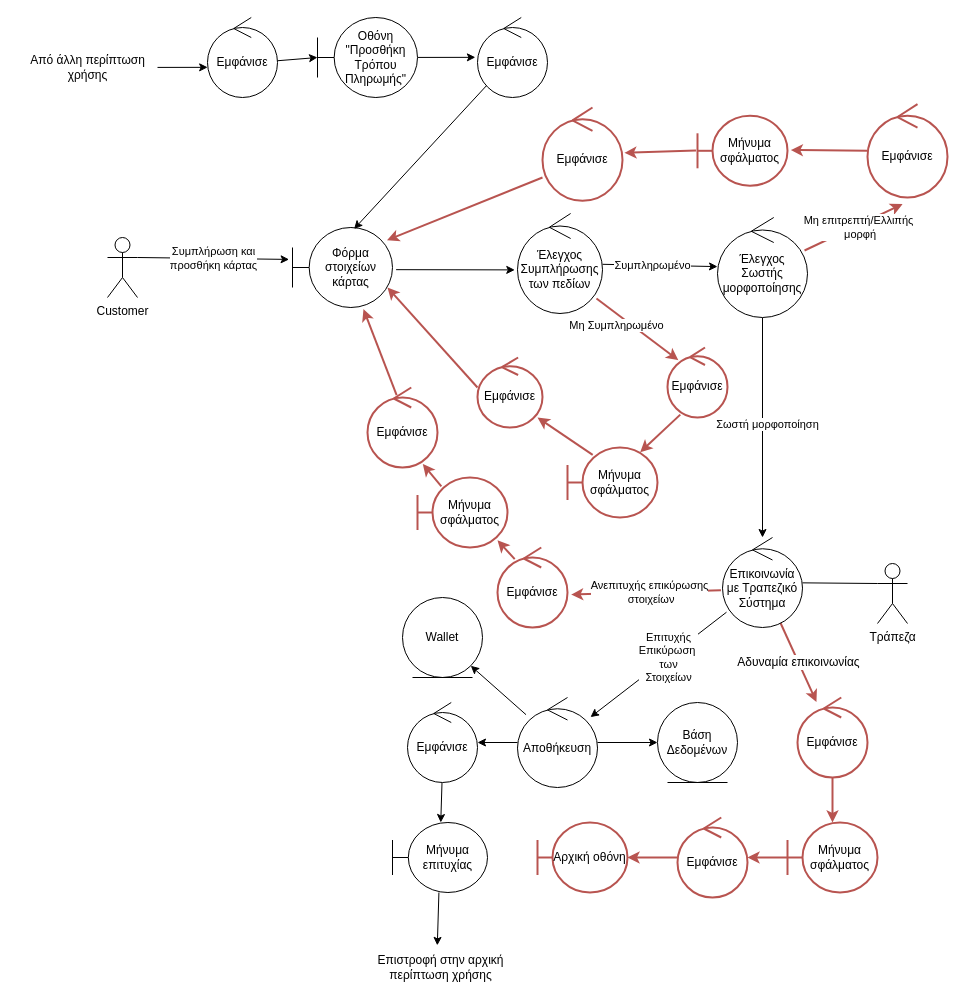
The draw.io diagram Part_4/Robustness/diagrams/old/05_Προσθήκη_Τρόπου_Πληρωμής.drawio in Nikolis2002/texnoligia_logismikou, before the edit. Source tidied: cells renumbered, new cells numbered last; positions are measured from the earlier drawing's top-left corner, leaving out a move shared by most shapes. Both pictures are drawn from the tidied source at 100%, with x=0, y=0 at pixel (17, 17).
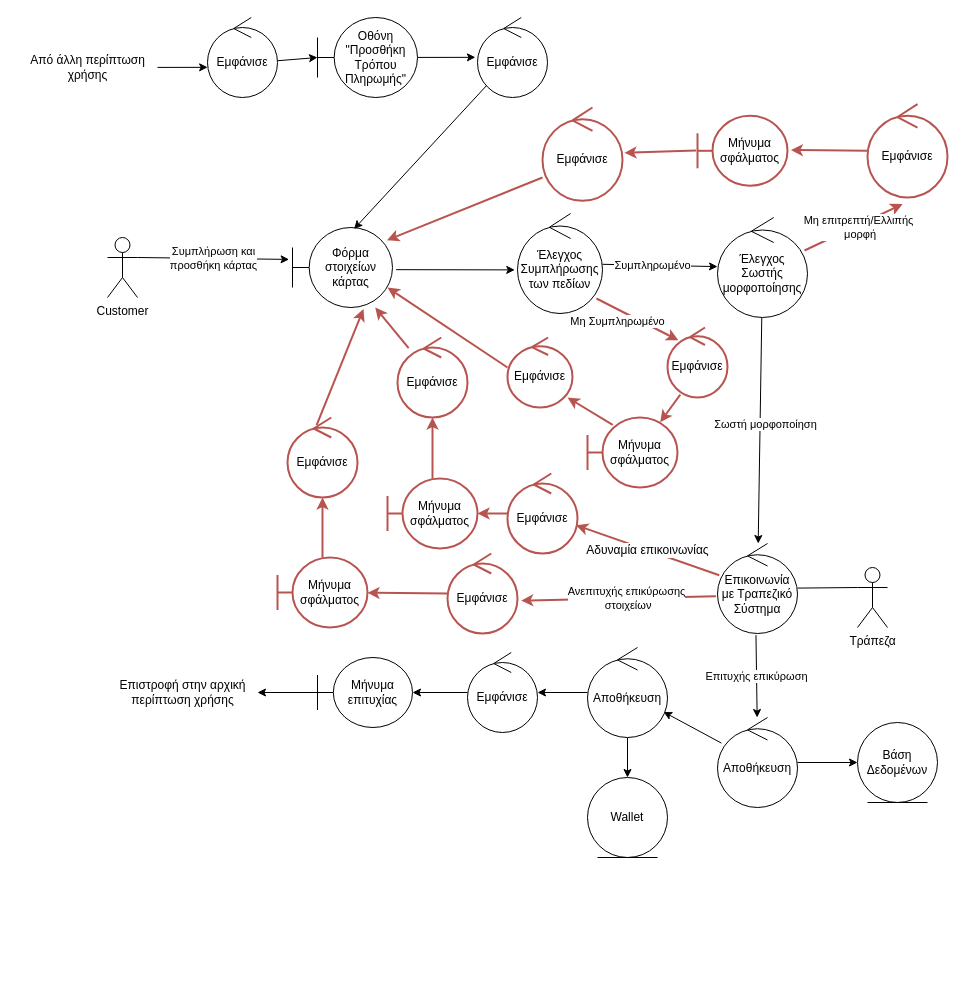
The same diagram, later.

Unchanged cells that the change refers to:
```xml
<mxCell id="24" value="Φόρμα&lt;br&gt;στοιχείων κάρτας" style="shape=umlBoundary;whiteSpace=wrap;html=1;" parent="1" vertex="1">
  <mxGeometry x="275" y="210" width="100" height="80" as="geometry" />
</mxCell>
```

The edit, as a diff of the source:
```diff
@@
-    <mxCell id="11" style="edgeStyle=none;html=1;exitX=0.05;exitY=0.83;exitDx=0;exitDy=0;exitPerimeter=0;" parent="1" edge="1" source="14" target="19">
+    <mxCell id="11" value="Επιτυχής επικύρωση" style="edgeStyle=none;html=1;exitX=0.481;exitY=1.018;exitDx=0;exitDy=0;exitPerimeter=0;" parent="1" edge="1" source="14" target="19">
       <mxGeometry relative="1" as="geometry" />
     </mxCell>
-    <mxCell id="12" value="Επιτυχής&lt;br&gt;Επικύρωση&amp;nbsp;&lt;br&gt;των&lt;br&gt;Στοιχείων" style="edgeLabel;html=1;align=center;verticalAlign=middle;" parent="11" vertex="1">
-      <mxGeometry x="-0.33" relative="1" as="geometry">
-        <mxPoint x="-13" y="9" as="offset" />
-      </mxGeometry>
-    </mxCell>
@@
     <mxCell id="14" value="Επικοινωνία με Τραπεζικό Σύστημα" style="ellipse;shape=umlControl;whiteSpace=wrap;html=1;" parent="1" vertex="1">
-      <mxGeometry x="705" y="520" width="80" height="90" as="geometry" />
+      <mxGeometry x="700" y="526" width="80" height="90" as="geometry" />
     </mxCell>
     <mxCell id="15" value="Τράπεζα" style="shape=umlActor;verticalLabelPosition=bottom;verticalAlign=top;html=1;" parent="1" vertex="1">
-      <mxGeometry x="860" y="546" width="30" height="60" as="geometry" />
+      <mxGeometry x="840" y="550" width="30" height="60" as="geometry" />
     </mxCell>
-    <mxCell id="16" style="edgeStyle=none;html=1;" parent="1" edge="1" source="19" target="20">
-      <mxGeometry relative="1" as="geometry" />
-    </mxCell>
-    <mxCell id="17" style="edgeStyle=none;html=1;" parent="1" edge="1" source="19" target="22">
-      <mxGeometry relative="1" as="geometry" />
-    </mxCell>
-    <mxCell id="18" style="edgeStyle=none;html=1;entryX=1;entryY=1;entryDx=0;entryDy=0;" parent="1" edge="1" source="19" target="67">
+    <mxCell id="18" style="edgeStyle=none;html=1;" parent="1" edge="1" source="19" target="67">
       <mxGeometry relative="1" as="geometry" />
     </mxCell>
+    <mxCell id="68" style="edgeStyle=none;html=1;" parent="1" edge="1" source="19" target="72">
+      <mxGeometry relative="1" as="geometry" />
+    </mxCell>
     <mxCell id="19" value="Αποθήκευση" style="ellipse;shape=umlControl;whiteSpace=wrap;html=1;" parent="1" vertex="1">
-      <mxGeometry x="500" y="680" width="80" height="90" as="geometry" />
+      <mxGeometry x="700" y="700" width="80" height="90" as="geometry" />
     </mxCell>
-    <mxCell id="20" value="Βάση Δεδομένων" style="ellipse;shape=umlEntity;whiteSpace=wrap;html=1;" parent="1" vertex="1">
-      <mxGeometry x="640" y="685" width="80" height="80" as="geometry" />
-    </mxCell>
@@
     <mxCell id="22" value="Εμφάνισε" style="ellipse;shape=umlControl;whiteSpace=wrap;html=1;" parent="1" vertex="1">
-      <mxGeometry x="390" y="685" width="70" height="80" as="geometry" />
+      <mxGeometry x="450" y="635" width="70" height="80" as="geometry" />
     </mxCell>
@@
     <mxCell id="27" value="Μήνυμα σφάλματος" style="shape=umlBoundary;whiteSpace=wrap;html=1;fillColor=none;strokeColor=#b85450;strokeWidth=2;" parent="1" vertex="1">
-      <mxGeometry x="550" y="430" width="90" height="70" as="geometry" />
+      <mxGeometry x="570" y="400" width="90" height="70" as="geometry" />
     </mxCell>
@@
     <mxCell id="34" value="Εμφάνισε" style="ellipse;shape=umlControl;whiteSpace=wrap;html=1;fillColor=none;strokeColor=#b85450;strokeWidth=2;" parent="1" vertex="1">
-      <mxGeometry x="460" y="340" width="65" height="70" as="geometry" />
+      <mxGeometry x="490" y="320" width="65" height="70" as="geometry" />
     </mxCell>
@@
+    <mxCell id="43" style="edgeStyle=none;html=1;fontSize=12;fillColor=none;strokeColor=#b85450;strokeWidth=2;" parent="1" edge="1" source="41" target="44">
+      <mxGeometry relative="1" as="geometry" />
+    </mxCell>
     <mxCell id="41" value="Εμφάνισε" style="ellipse;shape=umlControl;whiteSpace=wrap;html=1;fillColor=none;strokeColor=#b85450;strokeWidth=2;" parent="1" vertex="1">
-      <mxGeometry x="480" y="530" width="70" height="80" as="geometry" />
+      <mxGeometry x="430" y="536" width="70" height="80" as="geometry" />
     </mxCell>
-    <mxCell id="42" style="edgeStyle=none;html=1;exitX=0.265;exitY=0.128;exitDx=0;exitDy=0;exitPerimeter=0;strokeColor=#B85450;entryX=0.79;entryY=0.957;entryDx=0;entryDy=0;entryPerimeter=0;strokeWidth=2;" parent="1" edge="1" source="44" target="46">
+    <mxCell id="42" style="edgeStyle=none;html=1;fontSize=12;fillColor=none;strokeColor=#b85450;strokeWidth=2;" parent="1" edge="1" source="44" target="46">
       <mxGeometry relative="1" as="geometry" />
     </mxCell>
-    <mxCell id="43" style="edgeStyle=none;html=1;strokeColor=#B85450;exitX=0.246;exitY=0.145;exitDx=0;exitDy=0;exitPerimeter=0;entryX=0.889;entryY=0.897;entryDx=0;entryDy=0;entryPerimeter=0;strokeWidth=2;" parent="1" edge="1" source="41" target="44">
-      <mxGeometry relative="1" as="geometry" />
-    </mxCell>
     <mxCell id="44" value="Μήνυμα σφάλματος" style="shape=umlBoundary;whiteSpace=wrap;html=1;fillColor=none;strokeColor=#b85450;strokeWidth=2;" parent="1" vertex="1">
-      <mxGeometry x="400" y="460" width="90" height="70" as="geometry" />
+      <mxGeometry x="260" y="540" width="90" height="70" as="geometry" />
     </mxCell>
@@
     <mxCell id="46" value="Εμφάνισε" style="ellipse;shape=umlControl;whiteSpace=wrap;html=1;fillColor=none;strokeColor=#b85450;strokeWidth=2;" parent="1" vertex="1">
-      <mxGeometry x="350" y="370" width="70" height="80" as="geometry" />
+      <mxGeometry x="270" y="400" width="70" height="80" as="geometry" />
     </mxCell>
     <mxCell id="47" value="Εμφάνισε" style="ellipse;shape=umlControl;whiteSpace=wrap;html=1;fillColor=none;strokeColor=#b85450;strokeWidth=2;" parent="1" vertex="1">
-      <mxGeometry x="650" y="330" width="60" height="70" as="geometry" />
+      <mxGeometry x="650" y="310" width="60" height="70" as="geometry" />
     </mxCell>
@@
-    <mxCell id="54" style="edgeStyle=none;html=1;entryX=0.482;entryY=-0.053;entryDx=0;entryDy=0;entryPerimeter=0;" parent="1" edge="1" source="55" target="63">
+    <mxCell id="54" style="edgeStyle=none;html=1;" parent="1" edge="1" source="55" target="63">
       <mxGeometry relative="1" as="geometry" />
     </mxCell>
     <mxCell id="55" value="Μήνυμα επιτυχίας" style="shape=umlBoundary;whiteSpace=wrap;html=1;" parent="1" vertex="1">
-      <mxGeometry x="375" y="805" width="95" height="70" as="geometry" />
+      <mxGeometry x="300" y="640" width="95" height="70" as="geometry" />
     </mxCell>
@@
     <mxCell id="60" value="Εμφάνισε" style="ellipse;shape=umlControl;whiteSpace=wrap;html=1;fillColor=none;strokeColor=#b85450;strokeWidth=2;" parent="1" vertex="1">
-      <mxGeometry x="780" y="680" width="70" height="80" as="geometry" />
+      <mxGeometry x="490" y="456" width="70" height="80" as="geometry" />
     </mxCell>
-    <mxCell id="61" style="edgeStyle=none;html=1;fontSize=12;strokeColor=#b85450;strokeWidth=2;fillColor=none;" parent="1" edge="1" source="62" target="65">
+    <mxCell id="61" style="edgeStyle=none;html=1;fontSize=12;fillColor=none;strokeColor=#b85450;strokeWidth=2;" parent="1" edge="1" source="62" target="65">
       <mxGeometry relative="1" as="geometry" />
     </mxCell>
     <mxCell id="62" value="Μήνυμα σφάλματος" style="shape=umlBoundary;whiteSpace=wrap;html=1;fillColor=none;strokeColor=#b85450;strokeWidth=2;" parent="1" vertex="1">
-      <mxGeometry x="770" y="805" width="90" height="70" as="geometry" />
+      <mxGeometry x="370" y="461" width="90" height="70" as="geometry" />
     </mxCell>
     <mxCell id="63" value="Επιστροφή στην αρχική&lt;br&gt;περίπτωση χρήσης" style="text;html=1;align=center;verticalAlign=middle;points=[];strokeColor=none;fillColor=none;" parent="1" vertex="1">
-      <mxGeometry x="347.5" y="930" width="150" height="40" as="geometry" />
+      <mxGeometry x="90" y="655" width="150" height="40" as="geometry" />
     </mxCell>
-    <mxCell id="64" style="edgeStyle=none;html=1;fontSize=12;strokeColor=#b85450;strokeWidth=2;fillColor=none;" parent="1" edge="1" source="65" target="66">
-      <mxGeometry relative="1" as="geometry" />
-    </mxCell>
+    <mxCell id="67" value="Βάση Δεδομένων" style="ellipse;shape=umlEntity;whiteSpace=wrap;html=1;" parent="1" vertex="1">
+      <mxGeometry x="840" y="705" width="80" height="80" as="geometry" />
+    </mxCell>
+    <mxCell id="69" style="edgeStyle=none;html=1;fontSize=12;fillColor=none;strokeColor=#b85450;strokeWidth=2;" parent="1" edge="1" source="65" target="24">
+      <mxGeometry relative="1" as="geometry" />
+    </mxCell>
     <mxCell id="65" value="Εμφάνισε" style="ellipse;shape=umlControl;whiteSpace=wrap;html=1;fillColor=none;strokeColor=#b85450;strokeWidth=2;" parent="1" vertex="1">
-      <mxGeometry x="660" y="800" width="70" height="80" as="geometry" />
+      <mxGeometry x="380" y="320" width="70" height="80" as="geometry" />
     </mxCell>
-    <mxCell id="66" value="Αρχική οθόνη" style="shape=umlBoundary;whiteSpace=wrap;html=1;fillColor=none;strokeColor=#b85450;strokeWidth=2;" parent="1" vertex="1">
-      <mxGeometry x="520" y="805" width="90" height="70" as="geometry" />
-    </mxCell>
-    <mxCell id="67" value="Wallet" style="ellipse;shape=umlEntity;whiteSpace=wrap;html=1;" parent="1" vertex="1">
-      <mxGeometry x="385" y="580" width="80" height="80" as="geometry" />
-    </mxCell>
+    <mxCell id="70" style="edgeStyle=none;html=1;" parent="1" edge="1" source="72" target="22">
+      <mxGeometry relative="1" as="geometry" />
+    </mxCell>
+    <mxCell id="71" style="edgeStyle=none;html=1;" parent="1" edge="1" source="72" target="73">
+      <mxGeometry relative="1" as="geometry" />
+    </mxCell>
+    <mxCell id="72" value="Αποθήκευση" style="ellipse;shape=umlControl;whiteSpace=wrap;html=1;" parent="1" vertex="1">
+      <mxGeometry x="570" y="630" width="80" height="90" as="geometry" />
+    </mxCell>
+    <mxCell id="73" value="Wallet" style="ellipse;shape=umlEntity;whiteSpace=wrap;html=1;" parent="1" vertex="1">
+      <mxGeometry x="570" y="760" width="80" height="80" as="geometry" />
+    </mxCell>
```
